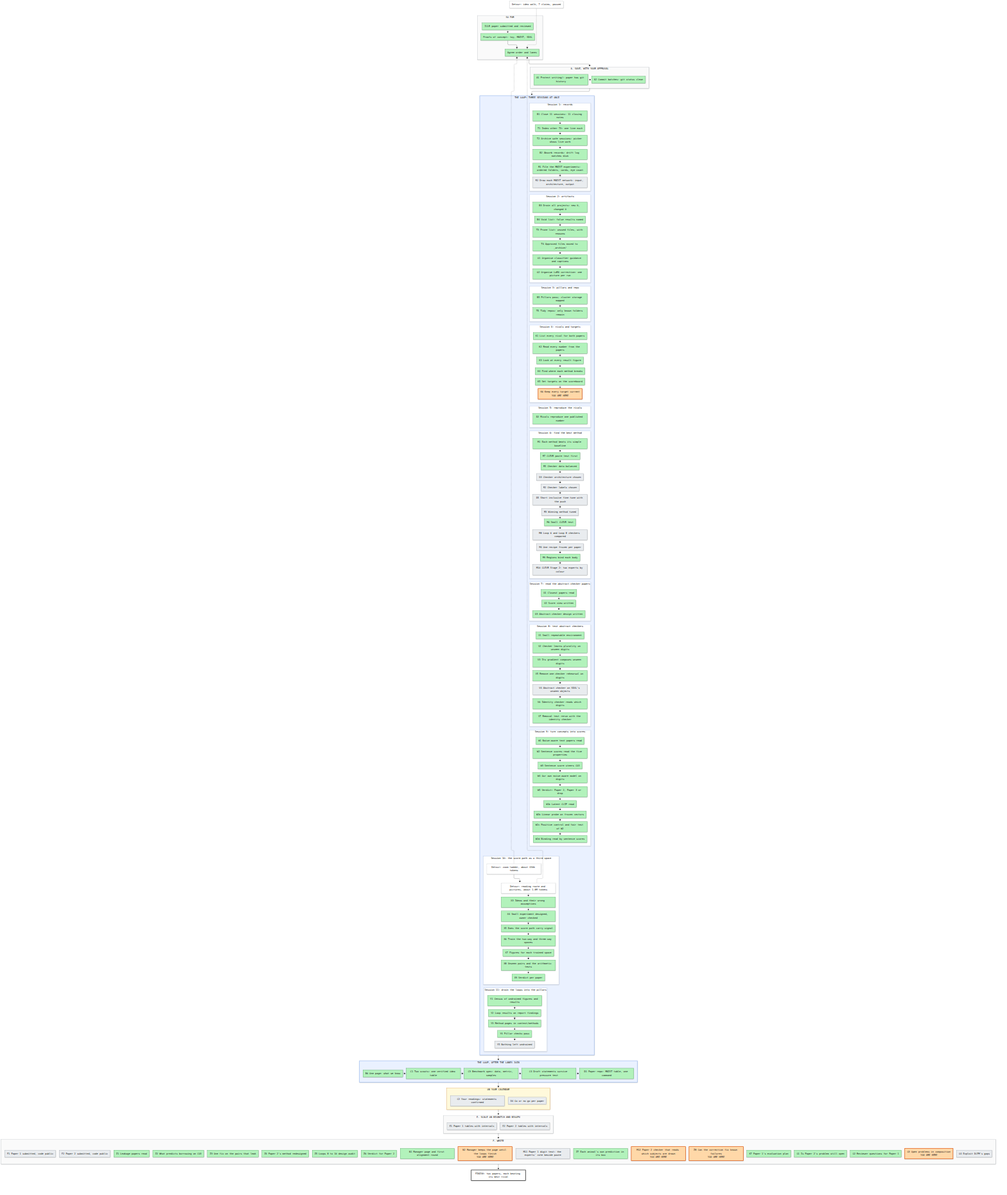
Above: artifacts/notes/progress/map.png in mo-rsa24/concept-composition (Mermaid), before the change. Its source is kept beside it as artifacts/notes/progress/map.mmd.
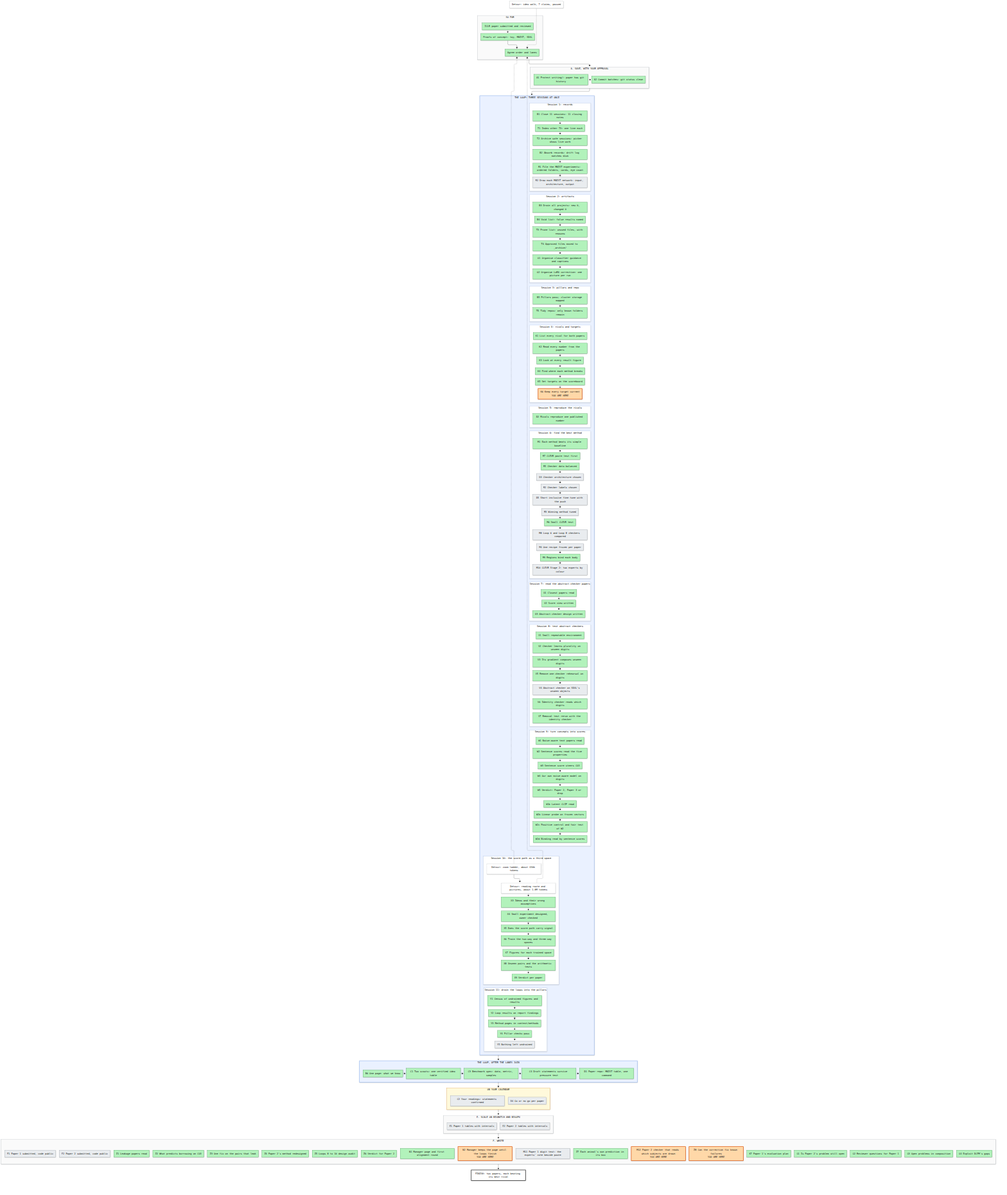
After the change.

Commit message:
Progress map: Loop 14 finished G3 and G4

Change to the diagram source:
```diff
@@ -74,7 +74,7 @@
   end
   subgraph SF["F. WRITE"]
     direction LR
-    F1["F1 Paper 1 submitted, code public"]:::todo ~~~ F2["F2 Paper 2 submitted, code public"]:::todo ~~~ Z1["Z1 Leakage papers read"]:::done ~~~ Z2["Z2 What predicts borrowing on CO3"]:::done ~~~ Z3["Z3 One fix on the pairs that leak"]:::done ~~~ Z4["Z4 Paper 2's method redesigned"]:::done ~~~ Z5["Z5 Loops 8 to 10 design audit"]:::done ~~~ Z6["Z6 Verdict for Paper 2"]:::done ~~~ N1["N1 Manager page and first alignment round"]:::done ~~~ N2["N2 Manager keeps the page until the loops finish<br/>YOU ARE HERE"]:::doing ~~~ M11["M11 Paper 1 digit test: the experts' vote beside paste"]:::todo ~~~ Z7["Z7 Each animal's own prediction in its box"]:::done ~~~ M12["M12 Paper 2 checker that reads which subjects are drawn<br/>YOU ARE HERE"]:::doing ~~~ Z8["Z8 Can the correction fix known failures<br/>YOU ARE HERE"]:::doing ~~~ K7["K7 Paper 1's evaluation plan"]:::done ~~~ G1["G1 Is Paper 2's problem still open"]:::done ~~~ G2["G2 Reviewer questions for Paper 1"]:::done ~~~ G3["G3 Open problems in composition<br/>YOU ARE HERE"]:::doing ~~~ G4["G4 Exploit DCFM's gaps"]:::todo
+    F1["F1 Paper 1 submitted, code public"]:::todo ~~~ F2["F2 Paper 2 submitted, code public"]:::todo ~~~ Z1["Z1 Leakage papers read"]:::done ~~~ Z2["Z2 What predicts borrowing on CO3"]:::done ~~~ Z3["Z3 One fix on the pairs that leak"]:::done ~~~ Z4["Z4 Paper 2's method redesigned"]:::done ~~~ Z5["Z5 Loops 8 to 10 design audit"]:::done ~~~ Z6["Z6 Verdict for Paper 2"]:::done ~~~ N1["N1 Manager page and first alignment round"]:::done ~~~ N2["N2 Manager keeps the page until the loops finish<br/>YOU ARE HERE"]:::doing ~~~ M11["M11 Paper 1 digit test: the experts' vote beside paste"]:::todo ~~~ Z7["Z7 Each animal's own prediction in its box"]:::done ~~~ M12["M12 Paper 2 checker that reads which subjects are drawn<br/>YOU ARE HERE"]:::doing ~~~ Z8["Z8 Can the correction fix known failures<br/>YOU ARE HERE"]:::doing ~~~ K7["K7 Paper 1's evaluation plan"]:::done ~~~ G1["G1 Is Paper 2's problem still open"]:::done ~~~ G2["G2 Reviewer questions for Paper 1"]:::done ~~~ G3["G3 Open problems in composition"]:::done ~~~ G4["G4 Exploit DCFM's gaps"]:::done
   end
   GOAL["FINISH: two papers, each beating its best rival"]:::goal
   X0["Detour: idea walk, 7 claims, paused"]:::detour -.-> P2
```
